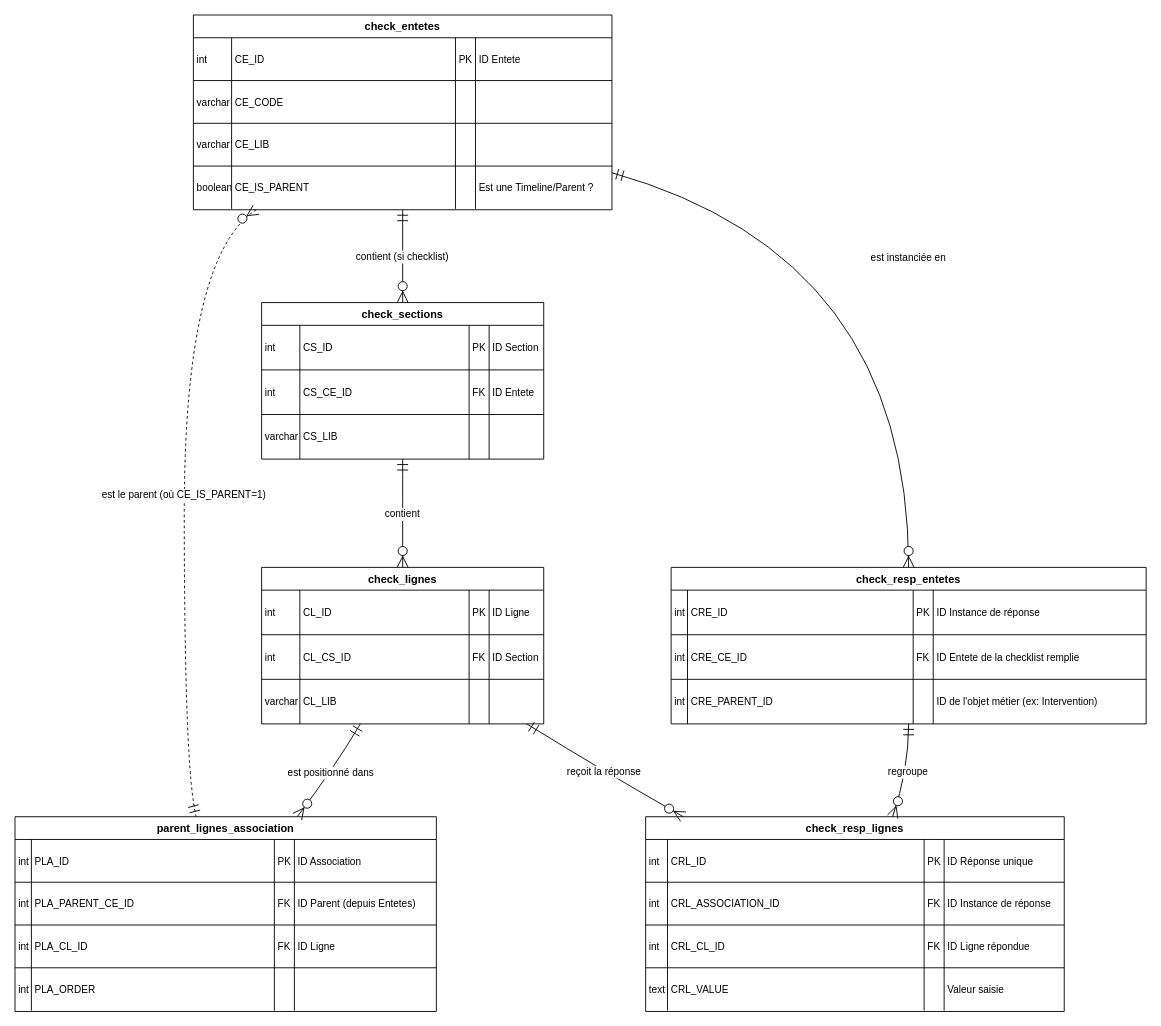
Earlier version of the draw.io diagram flux_parent_checklist.drawio (antikkorps/schema_checklist). Source tidied: cells renumbered, new cells numbered last; positions are measured from the earlier drawing's top-left corner, leaving out a move shared by most shapes. Both pictures are drawn from the tidied source at 91%, with x=0, y=0 at pixel (15, 15).
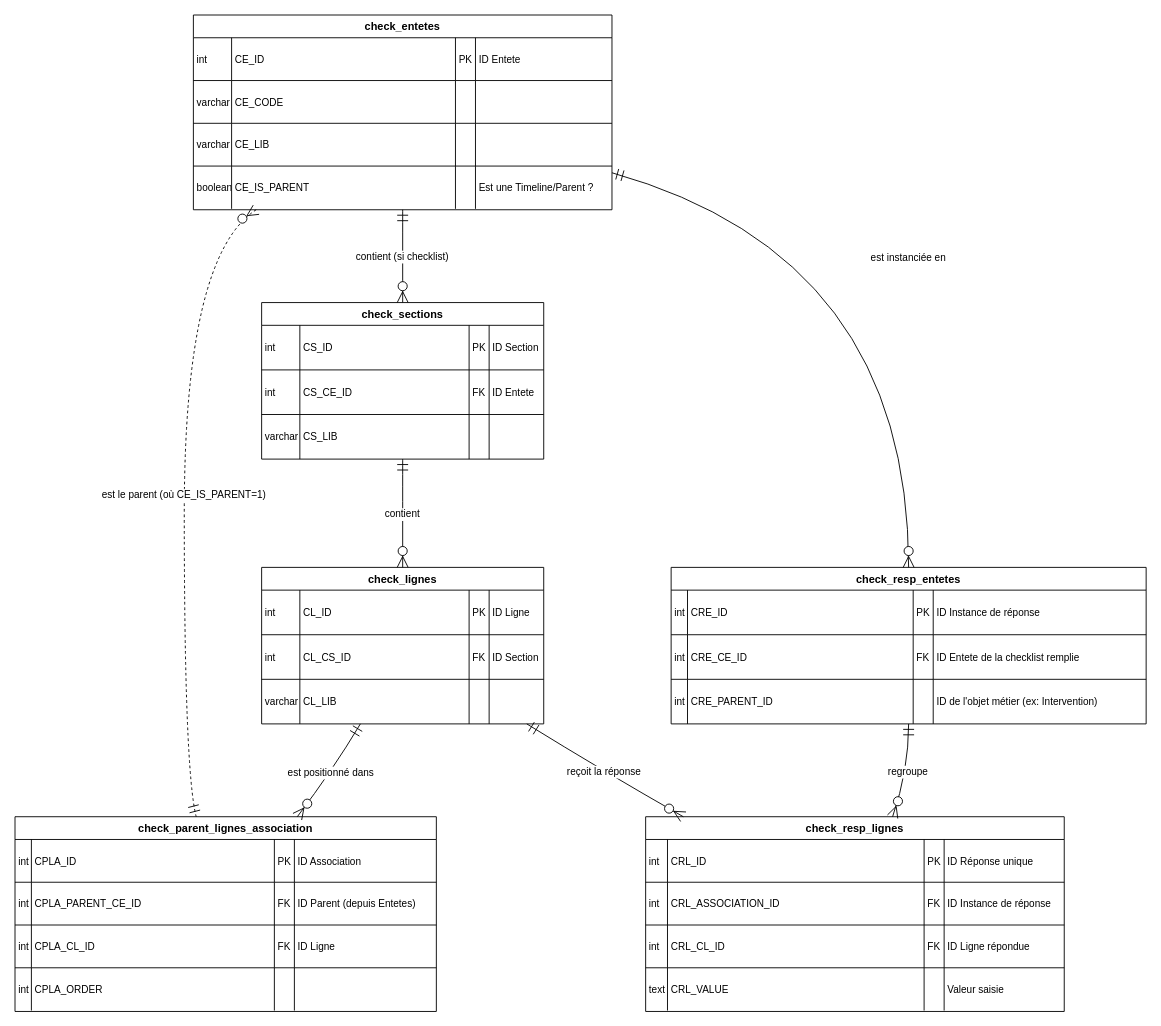
The same diagram, later.

Commit message (it also covers changes not shown here):
Mettre à jour flux_parent_checklist.drawio

The change refers to these unchanged cells:
```xml
<mxCell id="56" style="shape=tableRow;horizontal=0;startSize=0;swimlaneHead=0;swimlaneBody=0;fillColor=none;top=0;left=0;right=0;bottom=0;" parent="55" vertex="1">
  <mxGeometry y="25" width="463" height="47" as="geometry" />
</mxCell>
<mxCell id="61" style="shape=tableRow;horizontal=0;startSize=0;swimlaneHead=0;swimlaneBody=0;fillColor=none;top=0;left=0;right=0;bottom=0;" parent="55" vertex="1">
  <mxGeometry y="72" width="463" height="47" as="geometry" />
</mxCell>
<mxCell id="66" style="shape=tableRow;horizontal=0;startSize=0;swimlaneHead=0;swimlaneBody=0;fillColor=none;top=0;left=0;right=0;bottom=0;" parent="55" vertex="1">
  <mxGeometry y="119" width="463" height="47" as="geometry" />
</mxCell>
<mxCell id="71" style="shape=tableRow;horizontal=0;startSize=0;swimlaneHead=0;swimlaneBody=0;fillColor=none;top=0;left=0;right=0;bottom=0;" parent="55" vertex="1">
  <mxGeometry y="166" width="463" height="47" as="geometry" />
</mxCell>
```

What changed in the source:
```diff
@@
-    <mxCell id="55" value="parent_lignes_association" style="shape=table;startSize=25;childLayout=tableLayout;rowLines=1;fontStyle=1;align=center;" parent="1" vertex="1">
+    <mxCell id="55" value="check_parent_lignes_association" style="shape=table;startSize=25;childLayout=tableLayout;rowLines=1;fontStyle=1;align=center;" parent="1" vertex="1">
       <mxGeometry y="881" width="463" height="214" as="geometry" />
     </mxCell>
@@
-    <mxCell id="58" value="PLA_ID" style="shape=partialRectangle;fillColor=none;top=0;left=0;bottom=0;right=0;align=left;spacingLeft=2;overflow=hidden;fontSize=11;" parent="56" vertex="1">
+    <mxCell id="58" value="CPLA_ID" style="shape=partialRectangle;fillColor=none;top=0;left=0;bottom=0;right=0;align=left;spacingLeft=2;overflow=hidden;fontSize=11;" parent="56" vertex="1">
       <mxGeometry x="18" width="267" height="47" as="geometry" />
     </mxCell>
@@
-    <mxCell id="63" value="PLA_PARENT_CE_ID" style="shape=partialRectangle;fillColor=none;top=0;left=0;bottom=0;right=0;align=left;spacingLeft=2;overflow=hidden;fontSize=11;" parent="61" vertex="1">
+    <mxCell id="63" value="CPLA_PARENT_CE_ID" style="shape=partialRectangle;fillColor=none;top=0;left=0;bottom=0;right=0;align=left;spacingLeft=2;overflow=hidden;fontSize=11;" parent="61" vertex="1">
       <mxGeometry x="18" width="267" height="47" as="geometry" />
     </mxCell>
@@
-    <mxCell id="68" value="PLA_CL_ID" style="shape=partialRectangle;fillColor=none;top=0;left=0;bottom=0;right=0;align=left;spacingLeft=2;overflow=hidden;fontSize=11;" parent="66" vertex="1">
+    <mxCell id="68" value="CPLA_CL_ID" style="shape=partialRectangle;fillColor=none;top=0;left=0;bottom=0;right=0;align=left;spacingLeft=2;overflow=hidden;fontSize=11;" parent="66" vertex="1">
       <mxGeometry x="18" width="267" height="47" as="geometry" />
     </mxCell>
@@
-    <mxCell id="73" value="PLA_ORDER" style="shape=partialRectangle;fillColor=none;top=0;left=0;bottom=0;right=0;align=left;spacingLeft=2;overflow=hidden;fontSize=11;" parent="71" vertex="1">
+    <mxCell id="73" value="CPLA_ORDER" style="shape=partialRectangle;fillColor=none;top=0;left=0;bottom=0;right=0;align=left;spacingLeft=2;overflow=hidden;fontSize=11;" parent="71" vertex="1">
       <mxGeometry x="18" width="267" height="47" as="geometry" />
     </mxCell>
```
